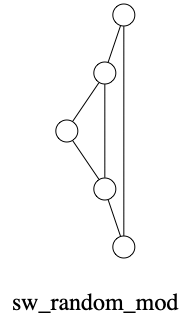
This is hw1-bundle/sw_random_mod.png from udothemath/cs224w_graph, a Graphviz export, as it was before one commit. Its source is kept beside it as hw1-bundle/sw_random_mod.dot. Its diagram source:
```dot
/*****
sw_random_mod
*****/

graph G {
  graph [splines=false overlap=false]
  node  [shape=ellipse, width=0.3, height=0.3, label=""]
  0 ;
  1 ;
  2 ;
  3 ;
  4 ;
  0 -- 1;
  0 -- 4;
  1 -- 2;
  1 -- 3;
  2 -- 3;
  3 -- 4;
  label = "\nsw_random_mod\n";  fontsize=24;
}
```
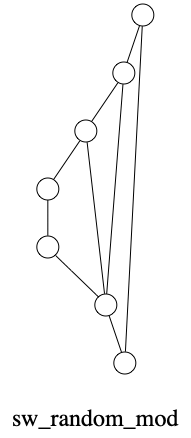
The same file after the commit.

Change to the diagram source:
```diff
@@ -10,11 +10,16 @@
   2 ;
   3 ;
   4 ;
+  5 ;
+  6 ;
   0 -- 1;
-  0 -- 4;
+  0 -- 6;
   1 -- 2;
-  1 -- 3;
+  1 -- 5;
   2 -- 3;
+  2 -- 5;
   3 -- 4;
+  4 -- 5;
+  5 -- 6;
   label = "\nsw_random_mod\n";  fontsize=24;
 }
```
